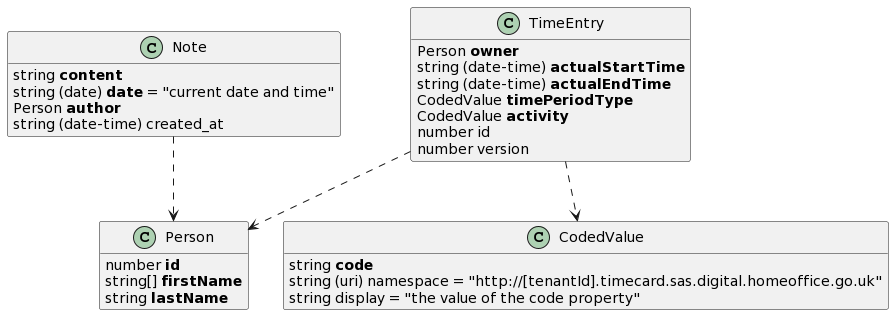
Above: docs/images/payload-model.png in UKHomeOffice/callisto-timecard-restapi (PlantUML), before the change.
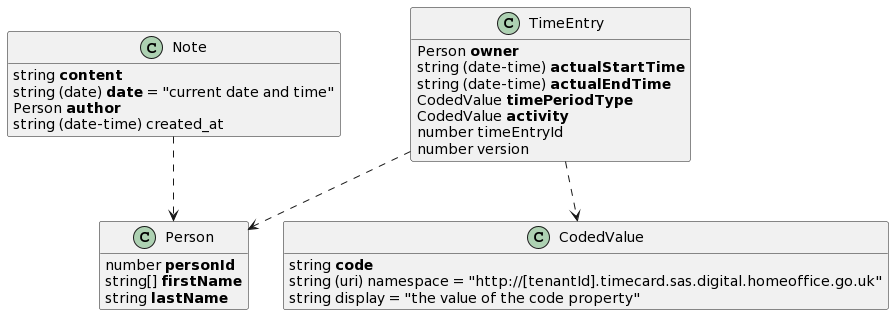
Above is the later version.

Commit message:
updated docs after openapi model change

The edit, as a diff of the source:
```diff
@@ -22,7 +22,7 @@
 
 
 class Person {
-    {field} number <b>id</b>
+    {field} number <b>personId</b>
     {field} string[] <b>firstName</b>
     {field} string <b>lastName</b>
 }
@@ -35,7 +35,7 @@
     {field} string (date-time) <b>actualEndTime</b>
     {field} CodedValue <b>timePeriodType</b>
     {field} CodedValue <b>activity</b>
-    {field} number id
+    {field} number timeEntryId
     {field} number version
 }
 
```
